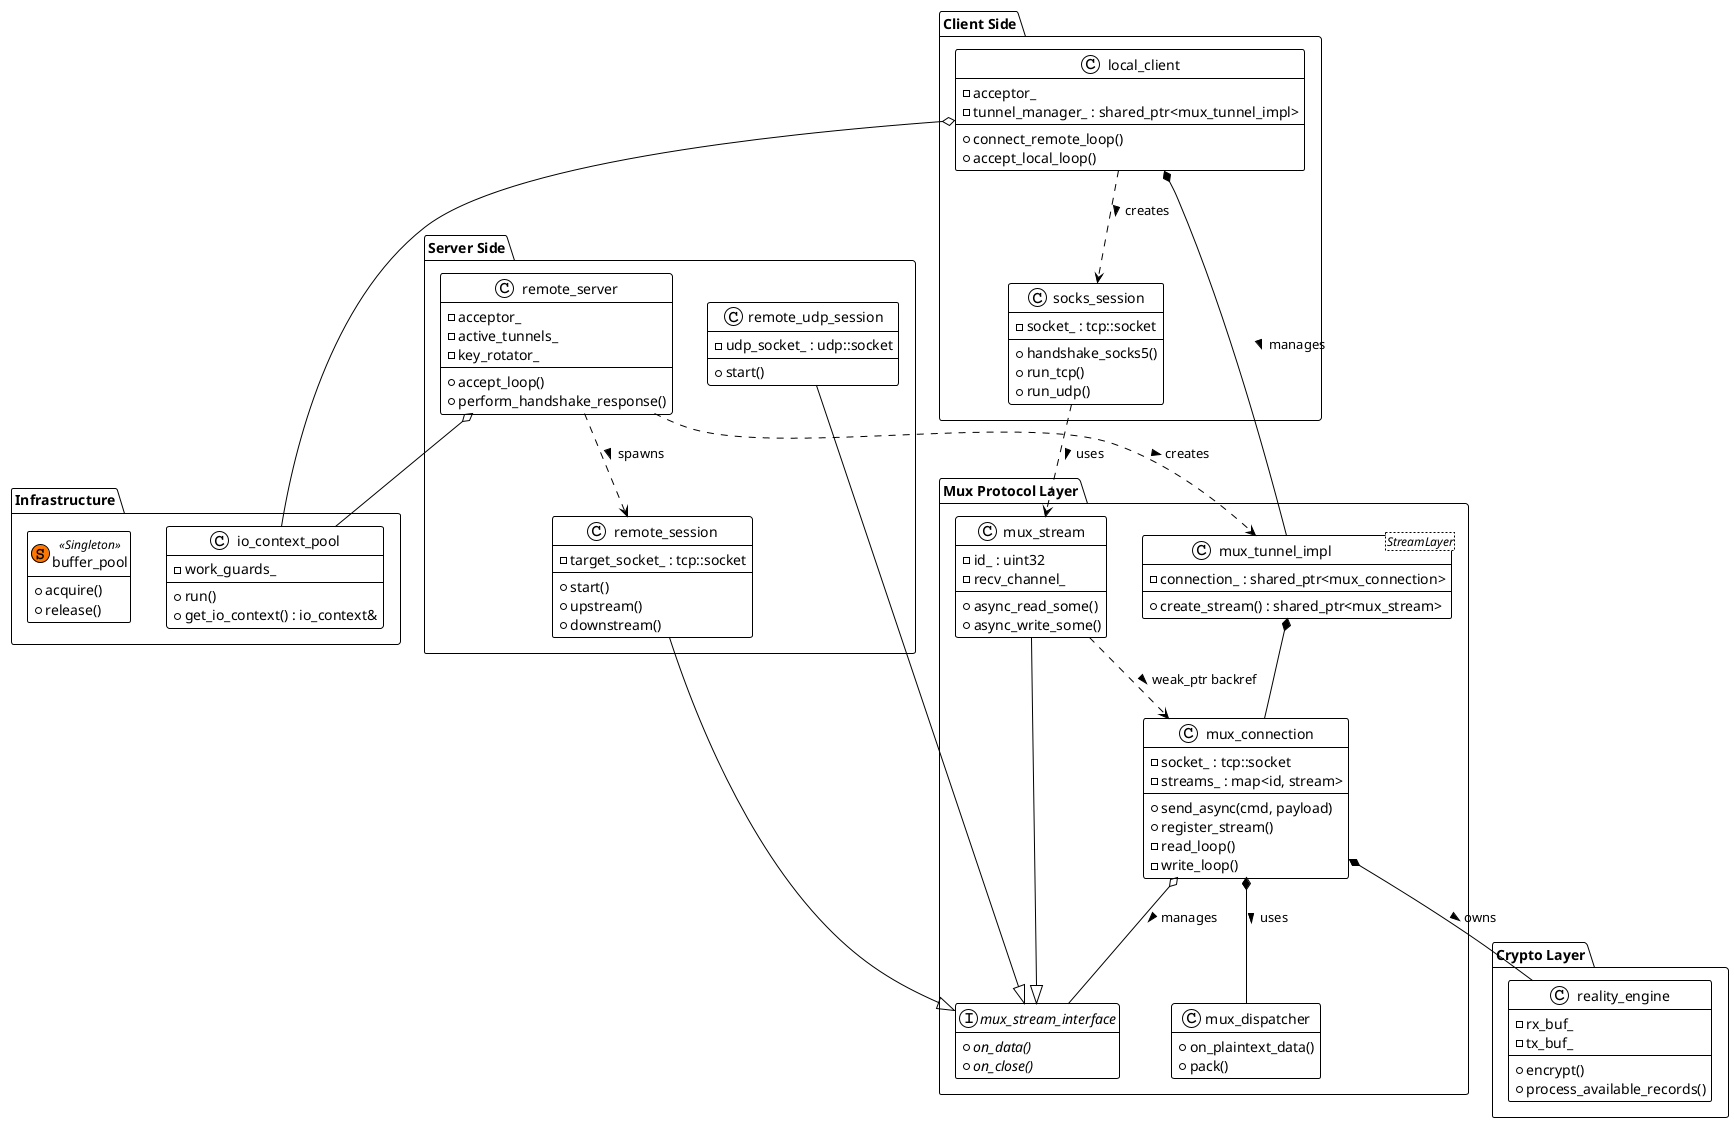
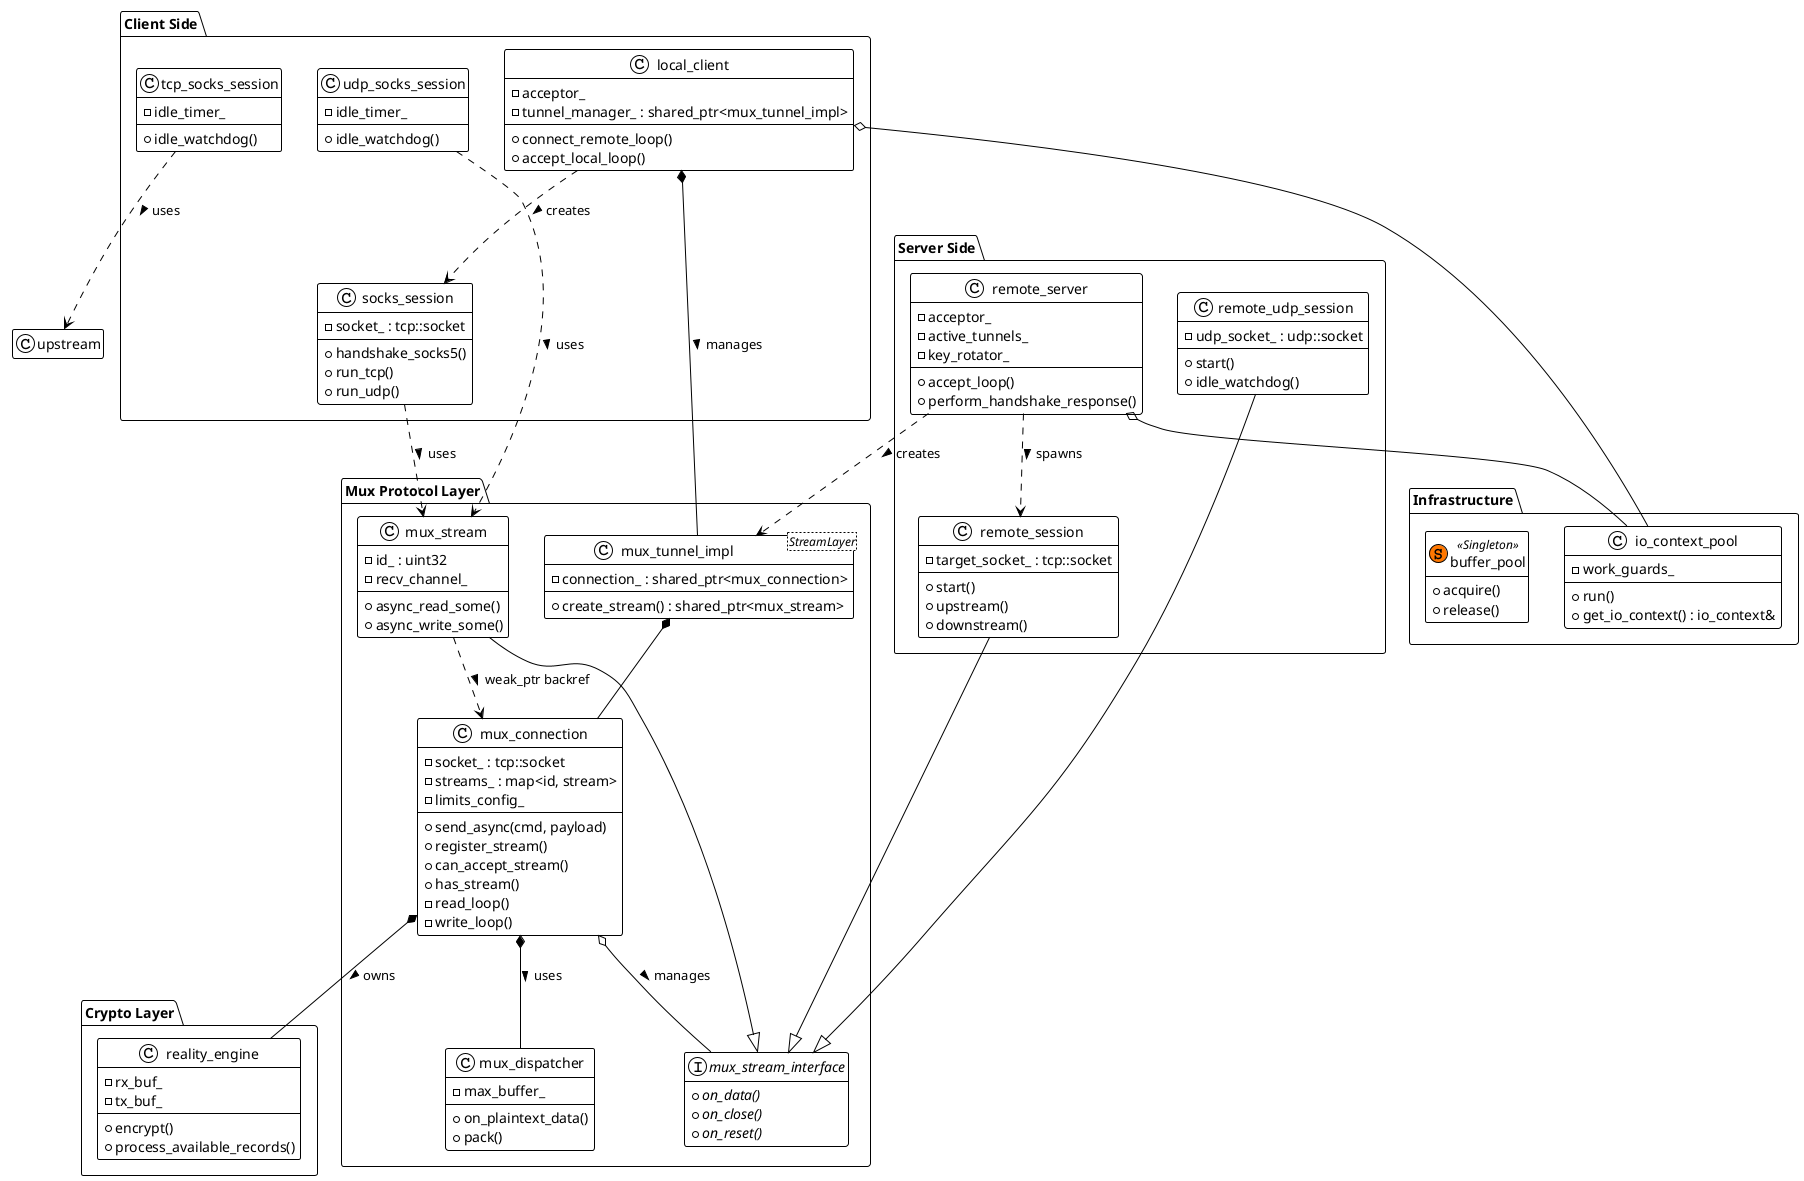
@startuml
!theme plain
hide empty members

package "Infrastructure" {
    class io_context_pool {
        + run()
        + get_io_context() : io_context&
        - work_guards_
    }
    class buffer_pool << (S, #FF7700) Singleton >> {
        + acquire()
        + release()
    }
}

package "Mux Protocol Layer" {
    interface mux_stream_interface {
        + {abstract} on_data()
        + {abstract} on_close()
+         + {abstract} on_reset()
    }

    class mux_connection {
        - socket_ : tcp::socket
        - streams_ : map<id, stream>
+         - limits_config_
        + send_async(cmd, payload)
        + register_stream()
+         + can_accept_stream()
+         + has_stream()
        - read_loop()
        - write_loop()
    }

    class mux_dispatcher {
        + on_plaintext_data()
        + pack()
+         - max_buffer_
    }

    class mux_tunnel_impl<StreamLayer> {
        - connection_ : shared_ptr<mux_connection>
        + create_stream() : shared_ptr<mux_stream>
    }

    class mux_stream {
        - id_ : uint32
        - recv_channel_
        + async_read_some()
        + async_write_some()
    }
}

package "Crypto Layer" {
    class reality_engine {
        - rx_buf_
        - tx_buf_
        + encrypt()
        + process_available_records()
    }
}

package "Client Side" {
    class local_client {
        - acceptor_
        - tunnel_manager_ : shared_ptr<mux_tunnel_impl>
        + connect_remote_loop()
        + accept_local_loop()
    }

    class socks_session {
        - socket_ : tcp::socket
        + handshake_socks5()
        + run_tcp()
        + run_udp()
    }
+ 
+     class tcp_socks_session {
+         - idle_timer_
+         + idle_watchdog()
+     }
+ 
+     class udp_socks_session {
+         - idle_timer_
+         + idle_watchdog()
+     }
}

package "Server Side" {
    class remote_server {
        - acceptor_
        - active_tunnels_
        - key_rotator_
        + accept_loop()
        + perform_handshake_response()
    }

    class remote_session {
        - target_socket_ : tcp::socket
        + start()
        + upstream()
        + downstream()
    }

    class remote_udp_session {
        - udp_socket_ : udp::socket
        + start()
+         + idle_watchdog()
    }
}

' Relations
local_client o-- io_context_pool
local_client *-- mux_tunnel_impl : manages >
local_client ..> socks_session : creates >

socks_session ..> mux_stream : uses >
+ tcp_socks_session ..> upstream : uses >
+ udp_socks_session ..> mux_stream : uses >

remote_server o-- io_context_pool
remote_server ..> mux_tunnel_impl : creates >
remote_server ..> remote_session : spawns >

mux_tunnel_impl *-- mux_connection
mux_connection *-- reality_engine : owns >
mux_connection *-- mux_dispatcher : uses >
mux_connection o-- mux_stream_interface : manages >

mux_stream --|> mux_stream_interface
remote_session --|> mux_stream_interface
remote_udp_session --|> mux_stream_interface

mux_stream ..> mux_connection : weak_ptr backref >

@enduml
